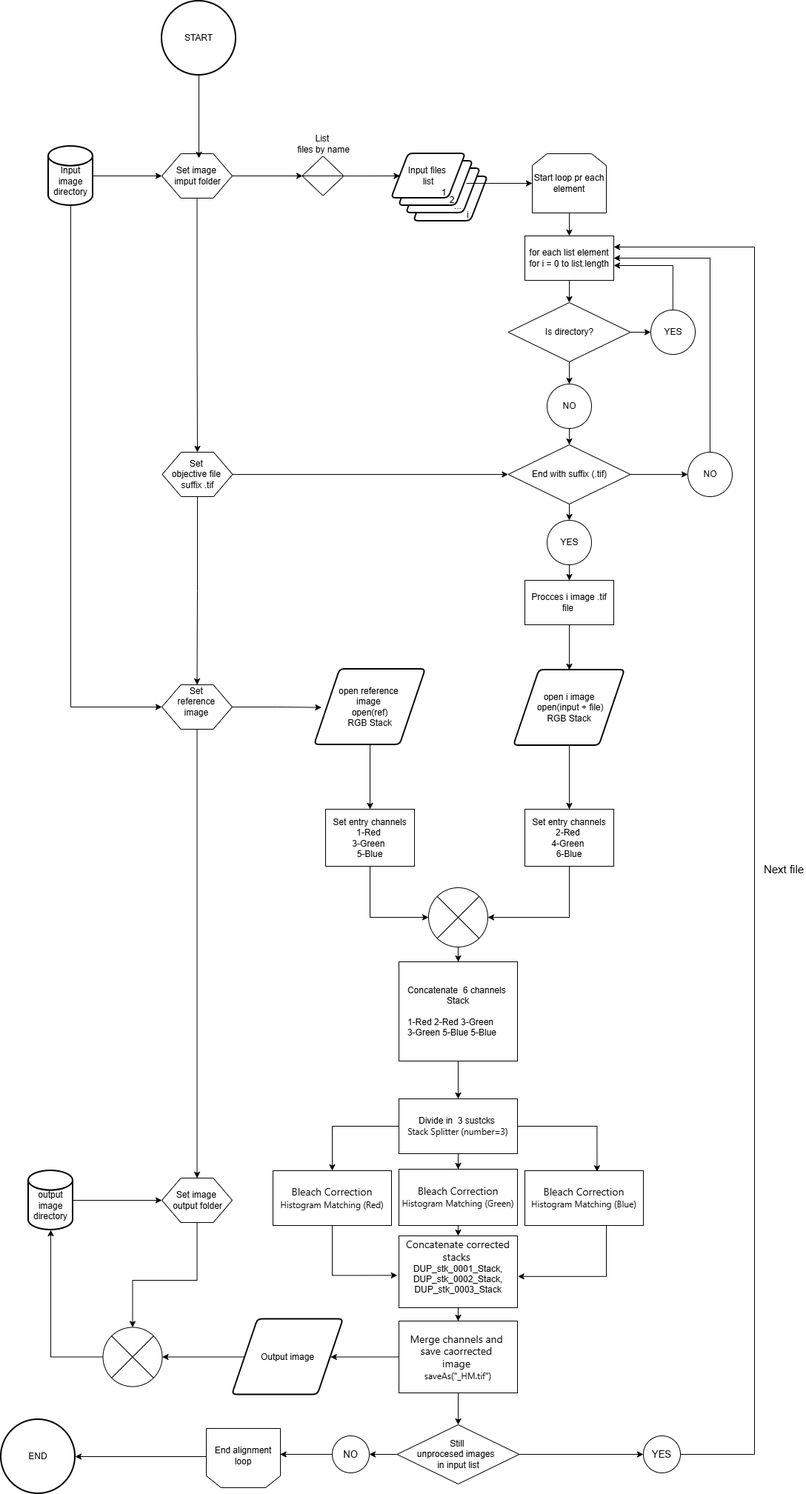
The draw.io diagram vignettes/vignette_ImageJ_preprocessing/Histomatch_Process_Folder_v1_diagram.png in MMolBus/PhotomossR, before a commit. Source tidied: cells renumbered, new cells last; positions are measured from the earlier drawing's top-left corner, leaving out a move shared by most shapes.
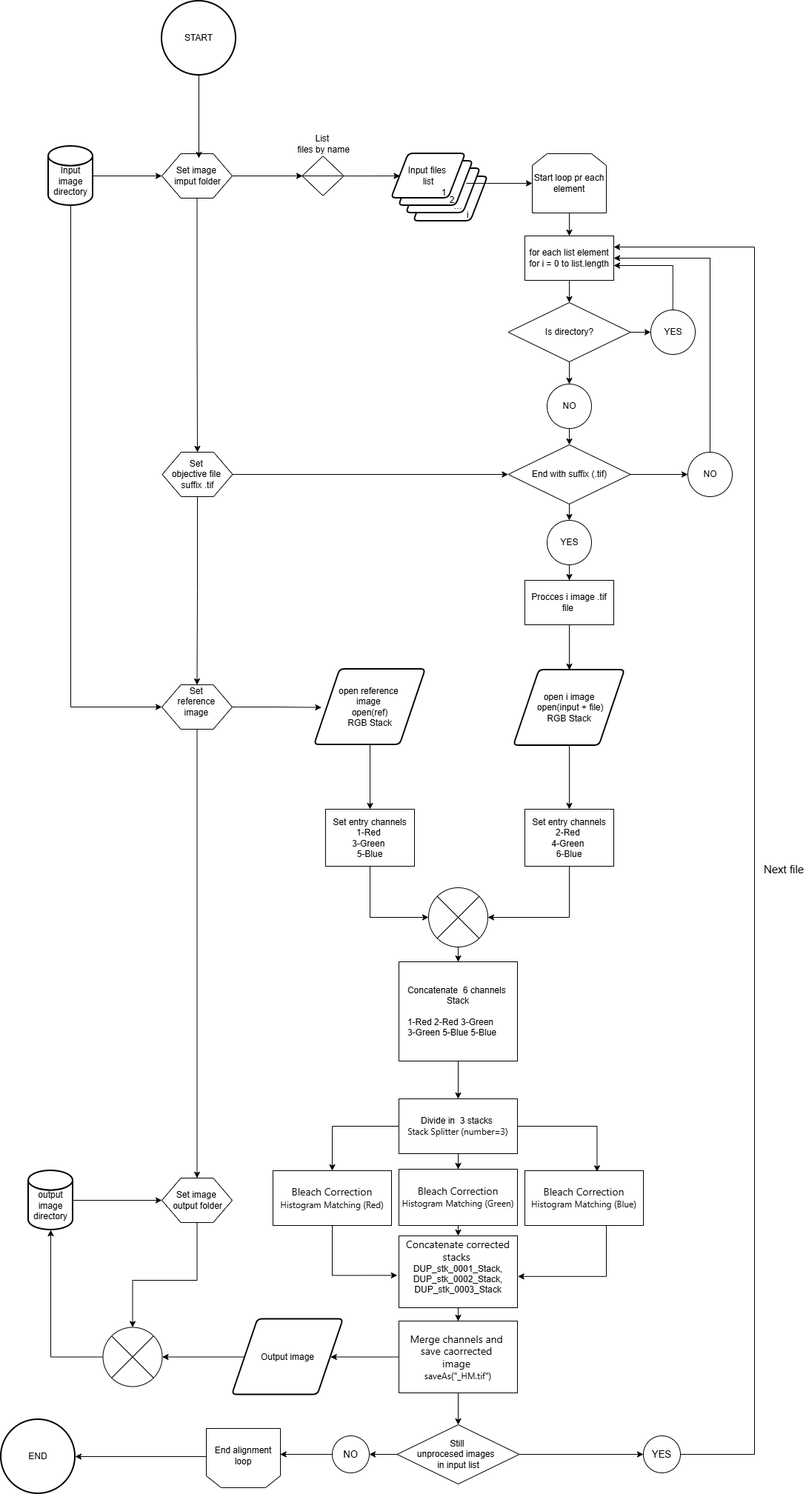
The same diagram one commit later.

Commit message:
chore: Histomatch_Process_Folder_v1_diagram.png typo correction

The edit, as a diff of the source:
```diff
@@ -228,7 +228,7 @@
     <mxCell id="66" style="edgeStyle=orthogonalEdgeStyle;rounded=0;jettySize=auto;html=1;" parent="1" edge="1" source="67" target="71">
       <mxGeometry relative="1" as="geometry" />
     </mxCell>
-    <mxCell id="67" value="Divide in&amp;nbsp; 3 sustcks&amp;nbsp;&lt;div&gt;&lt;span style=&quot;font-family: &amp;quot;Anthropic Sans&amp;quot;, -apple-system, BlinkMacSystemFont, &amp;quot;Segoe UI&amp;quot;, sans-serif; text-align: start; white-space: nowrap; background-color: transparent; color: light-dark(rgb(0, 0, 0), rgb(255, 255, 255));&quot;&gt;Stack Splitter (number=3)&lt;/span&gt;&lt;/div&gt;" style="rounded=0;whiteSpace=wrap;html=1;" parent="1" vertex="1">
+    <mxCell id="67" value="Divide in&amp;nbsp; 3 stacks&amp;nbsp;&lt;div&gt;&lt;span style=&quot;font-family: &amp;quot;Anthropic Sans&amp;quot;, -apple-system, BlinkMacSystemFont, &amp;quot;Segoe UI&amp;quot;, sans-serif; text-align: start; white-space: nowrap; background-color: transparent; color: light-dark(rgb(0, 0, 0), rgb(255, 255, 255));&quot;&gt;Stack Splitter (number=3)&lt;/span&gt;&lt;/div&gt;" style="rounded=0;whiteSpace=wrap;html=1;" parent="1" vertex="1">
       <mxGeometry x="537" y="1482" width="160" height="74" as="geometry" />
     </mxCell>
     <mxCell id="68" style="edgeStyle=orthogonalEdgeStyle;rounded=0;jettySize=auto;html=1;exitX=0.5;exitY=0;exitDx=0;exitDy=0;" parent="1" edge="1" source="69">
```
